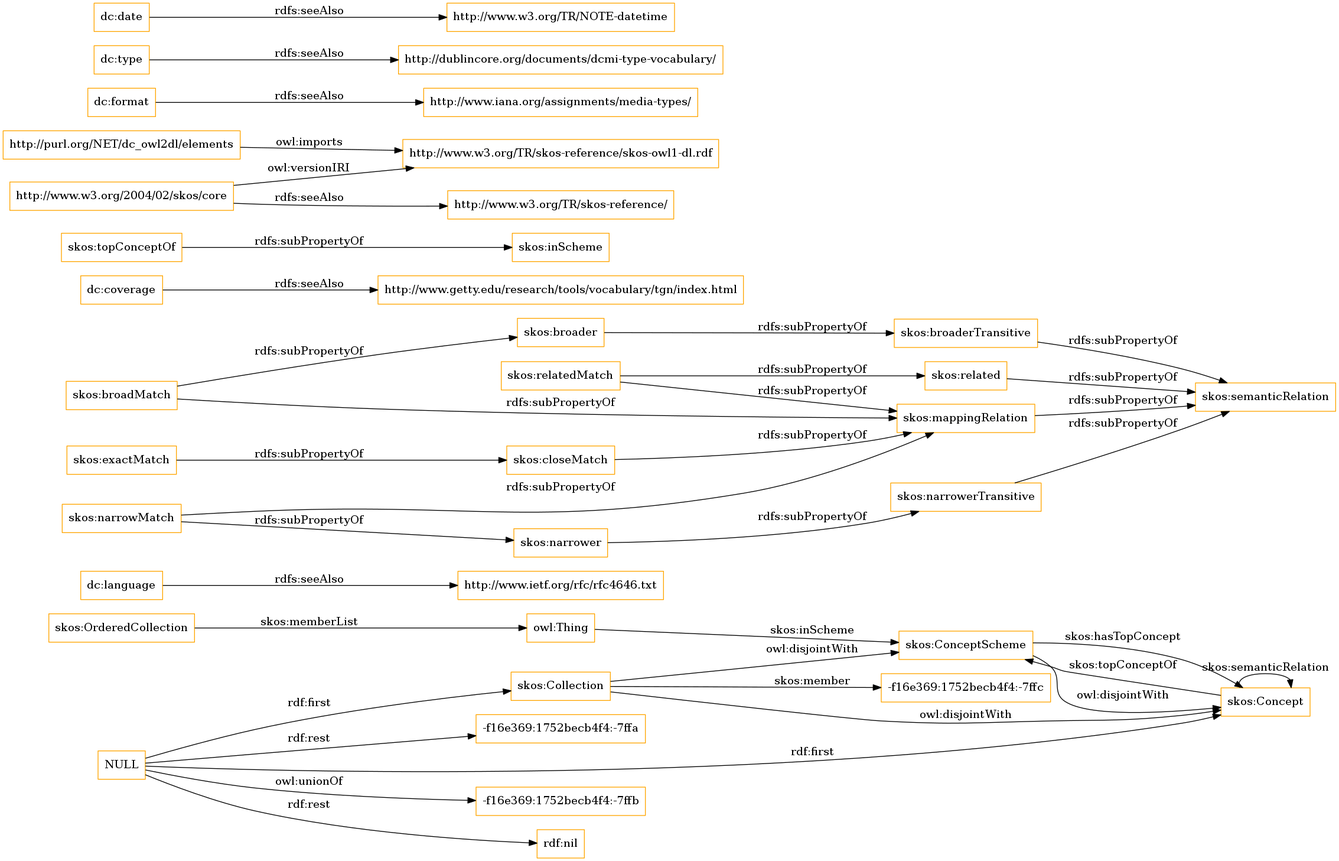
Above: OnToology/imports/elements.owl/diagrams/ar2dtool-class/elements.owl.png in OnToologyUser/core-ontology-1 (Graphviz), before the change. Its source is kept beside it as OnToology/imports/elements.owl/diagrams/ar2dtool-class/elements.owl.png.dot.
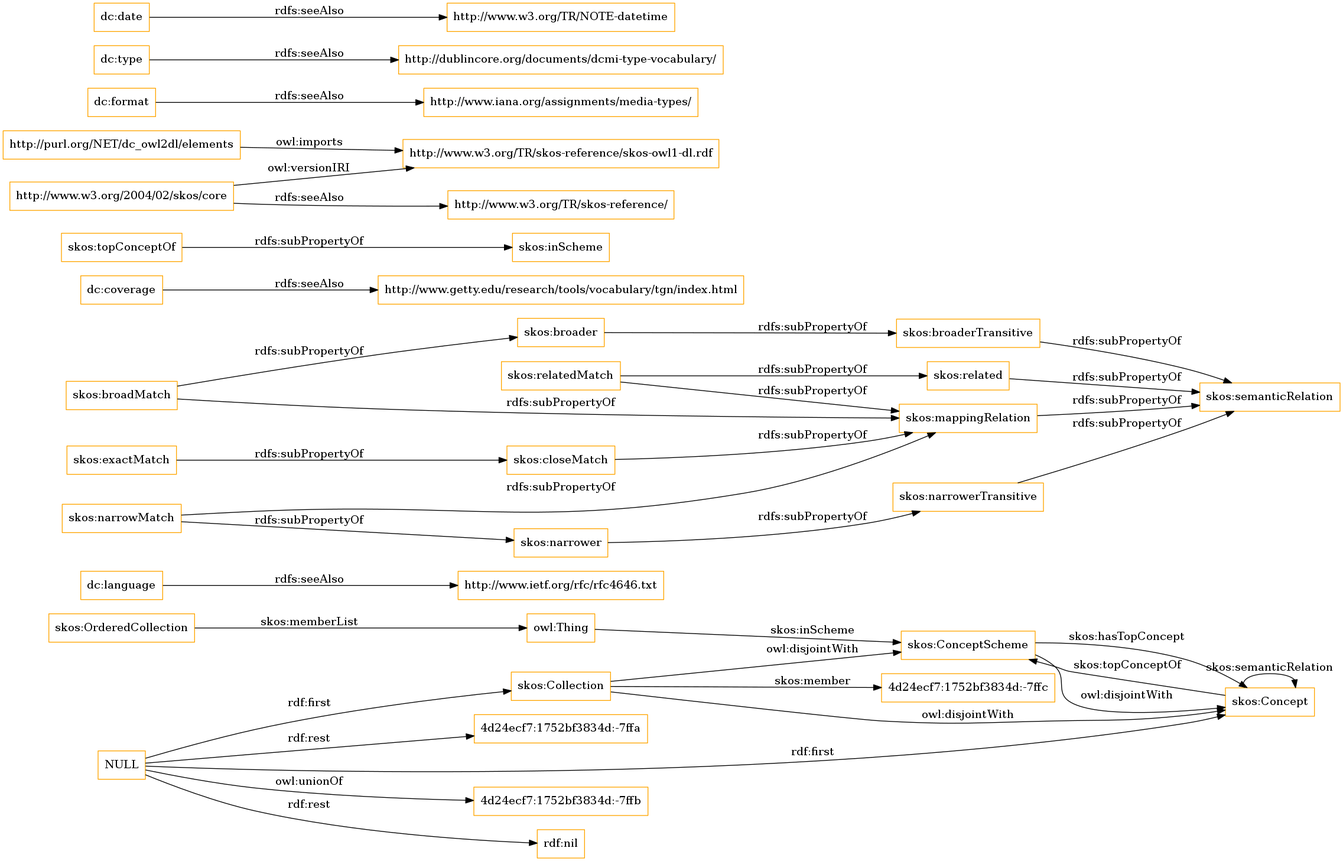
After the commit.

Diff of the diagram source:
```diff
@@ -1,12 +1,12 @@
 digraph ar2dtool_diagram {
 rankdir=LR;
 size="1501"
-node [shape = rectangle, color="orange"]; "-f16e369:1752becb4f4:-7ffc" "skos:OrderedCollection" "skos:Collection" "skos:ConceptScheme" "skos:Concept" ; /*classes style*/
+node [shape = rectangle, color="orange"]; "4d24ecf7:1752bf3834d:-7ffc" "skos:OrderedCollection" "skos:Collection" "skos:ConceptScheme" "skos:Concept" ; /*classes style*/
 	"dc:language" -> "http://www.ietf.org/rfc/rfc4646.txt" [ label = "rdfs:seeAlso" ];
-	"NULL" -> "-f16e369:1752becb4f4:-7ffb" [ label = "owl:unionOf" ];
+	"NULL" -> "4d24ecf7:1752bf3834d:-7ffb" [ label = "owl:unionOf" ];
 	"NULL" -> "rdf:nil" [ label = "rdf:rest" ];
 	"NULL" -> "skos:Collection" [ label = "rdf:first" ];
-	"NULL" -> "-f16e369:1752becb4f4:-7ffa" [ label = "rdf:rest" ];
+	"NULL" -> "4d24ecf7:1752bf3834d:-7ffa" [ label = "rdf:rest" ];
 	"NULL" -> "skos:Concept" [ label = "rdf:first" ];
 	"skos:closeMatch" -> "skos:mappingRelation" [ label = "rdfs:subPropertyOf" ];
 	"dc:coverage" -> "http://www.getty.edu/research/tools/vocabulary/tgn/index.html" [ label = "rdfs:seeAlso" ];
@@ -36,7 +36,7 @@
 	"skos:OrderedCollection" -> "owl:Thing" [ label = "skos:memberList" ];
 	"skos:Concept" -> "skos:ConceptScheme" [ label = "skos:topConceptOf" ];
 	"skos:Concept" -> "skos:Concept" [ label = "skos:semanticRelation" ];
-	"skos:Collection" -> "-f16e369:1752becb4f4:-7ffc" [ label = "skos:member" ];
+	"skos:Collection" -> "4d24ecf7:1752bf3834d:-7ffc" [ label = "skos:member" ];
 	"skos:ConceptScheme" -> "skos:Concept" [ label = "skos:hasTopConcept" ];
 	"owl:Thing" -> "skos:ConceptScheme" [ label = "skos:inScheme" ];
 
```
